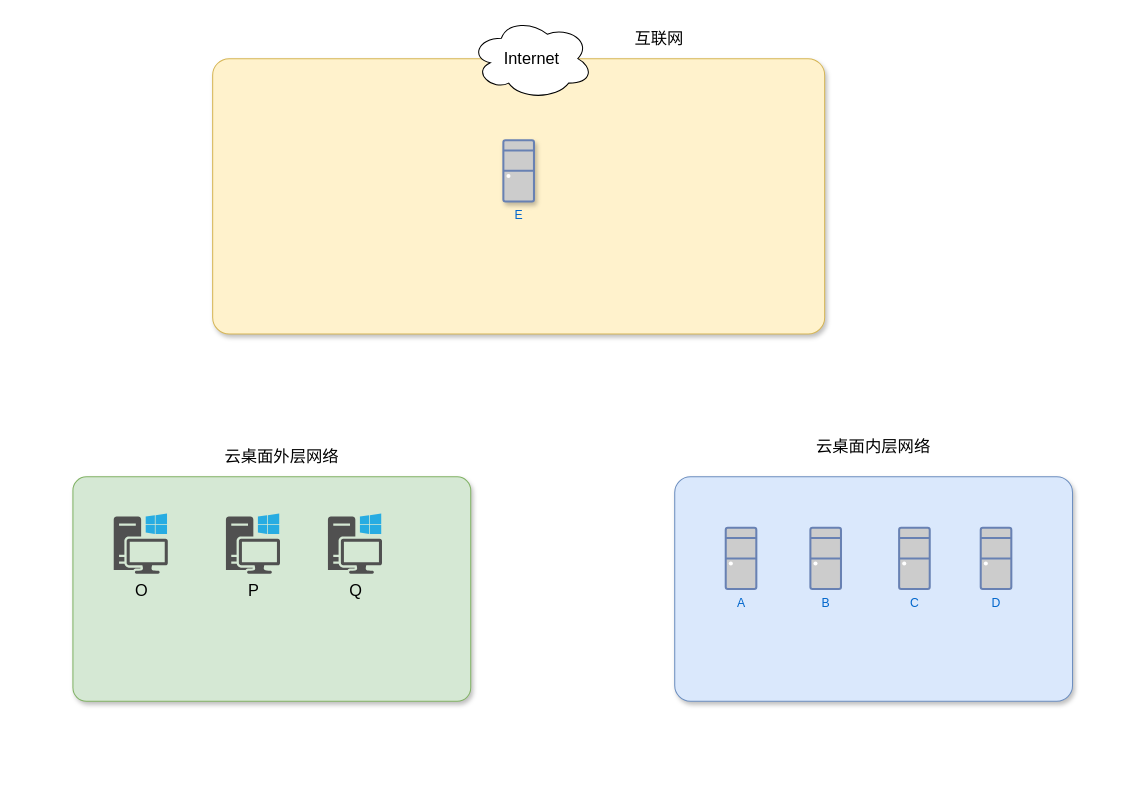
Before: Untitled Diagram.drawio in meterXu/drawiofile, a draw.io diagram. Source tidied: cells renumbered, new cells numbered last; positions are measured from the earlier drawing's top-left corner, leaving out a move shared by most shapes. Both pictures are drawn from the tidied source at 102%, with x=0, y=0 at pixel (72, 17).
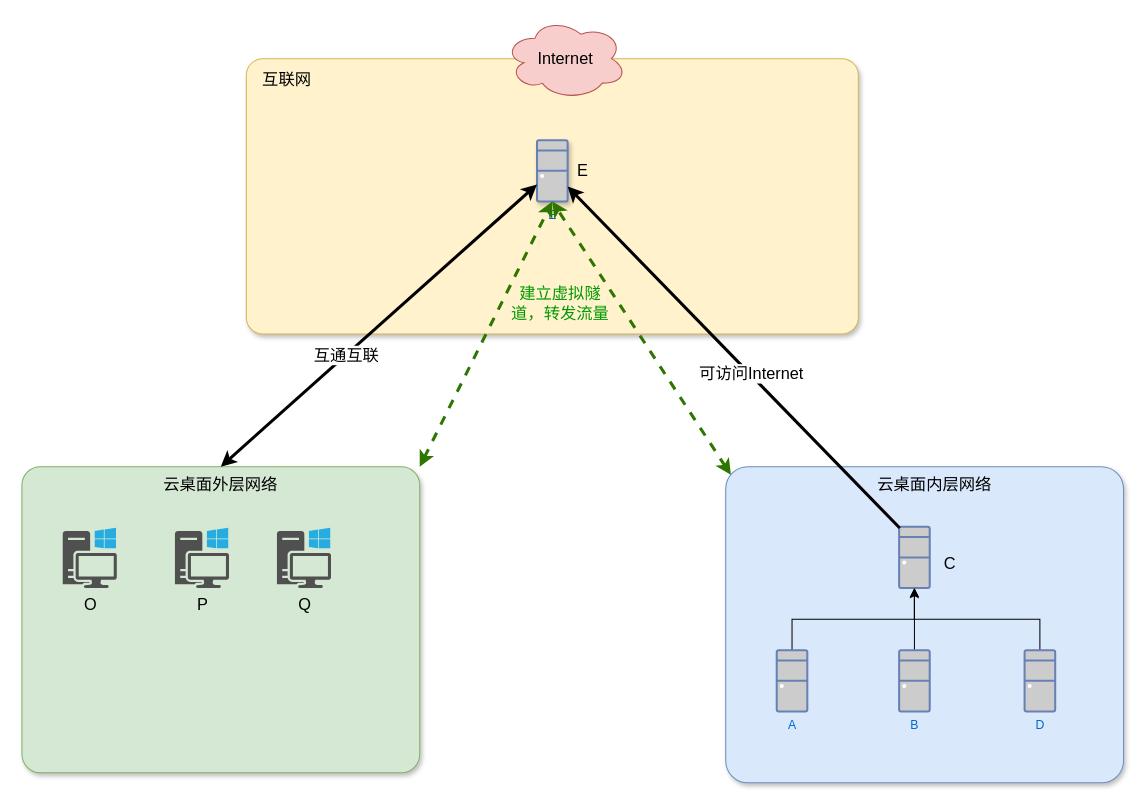
After the change.

The edit, as a diff of the source:
```diff
@@
     <mxCell id="2" style="rounded=1;whiteSpace=wrap;html=1;fontSize=16;fillColor=#d5e8d4;strokeColor=#82b366;sketch=0;shadow=1;arcSize=6;" parent="1" vertex="1">
-      <mxGeometry y="450" width="390" height="220" as="geometry" />
+      <mxGeometry x="-50" y="440" width="390" height="300" as="geometry" />
     </mxCell>
     <mxCell id="3" value="云桌面外层网络" style="text;html=1;strokeColor=none;fillColor=none;align=center;verticalAlign=middle;whiteSpace=wrap;rounded=0;fontSize=16;" parent="1" vertex="1">
-      <mxGeometry x="140" y="420" width="130" height="20" as="geometry" />
+      <mxGeometry x="80" y="447" width="130" height="20" as="geometry" />
     </mxCell>
     <mxCell id="4" style="rounded=1;whiteSpace=wrap;html=1;fontSize=16;shadow=1;arcSize=7;fillColor=#dae8fc;strokeColor=#6c8ebf;" parent="1" vertex="1">
-      <mxGeometry x="590" y="450" width="390" height="220" as="geometry" />
+      <mxGeometry x="640" y="440" width="390" height="310" as="geometry" />
     </mxCell>
     <mxCell id="5" value="云桌面内层网络" style="text;html=1;strokeColor=none;fillColor=none;align=center;verticalAlign=middle;whiteSpace=wrap;rounded=0;fontSize=16;" parent="1" vertex="1">
-      <mxGeometry x="720" y="410" width="130" height="20" as="geometry" />
+      <mxGeometry x="780" y="447" width="130" height="20" as="geometry" />
     </mxCell>
+    <mxCell id="17" style="edgeStyle=orthogonalEdgeStyle;rounded=0;jettySize=auto;html=1;exitX=0.5;exitY=0;exitDx=0;exitDy=0;exitPerimeter=0;entryX=0.5;entryY=1;entryDx=0;entryDy=0;entryPerimeter=0;fontSize=16;" parent="1" edge="1" source="6" target="8">
+      <mxGeometry relative="1" as="geometry" />
+    </mxCell>
     <mxCell id="6" value="A" style="fontColor=#0066CC;verticalAlign=top;verticalLabelPosition=bottom;labelPosition=center;align=center;html=1;outlineConnect=0;fillColor=#CCCCCC;strokeColor=#6881B3;gradientColor=none;gradientDirection=north;strokeWidth=2;shape=mxgraph.networks.desktop_pc;" parent="1" vertex="1">
-      <mxGeometry x="640" y="500" width="30" height="60" as="geometry" />
+      <mxGeometry x="690" y="620" width="30" height="60" as="geometry" />
     </mxCell>
+    <mxCell id="18" style="edgeStyle=orthogonalEdgeStyle;rounded=0;jettySize=auto;html=1;exitX=0.5;exitY=0;exitDx=0;exitDy=0;exitPerimeter=0;fontSize=16;" parent="1" edge="1" source="7">
+      <mxGeometry relative="1" as="geometry">
+        <mxPoint x="825" y="560" as="targetPoint" />
+      </mxGeometry>
+    </mxCell>
     <mxCell id="7" value="B" style="fontColor=#0066CC;verticalAlign=top;verticalLabelPosition=bottom;labelPosition=center;align=center;html=1;outlineConnect=0;fillColor=#CCCCCC;strokeColor=#6881B3;gradientColor=none;gradientDirection=north;strokeWidth=2;shape=mxgraph.networks.desktop_pc;" parent="1" vertex="1">
-      <mxGeometry x="723" y="500" width="30" height="60" as="geometry" />
+      <mxGeometry x="810" y="620" width="30" height="60" as="geometry" />
     </mxCell>
-    <mxCell id="8" value="C" style="fontColor=#0066CC;verticalAlign=top;verticalLabelPosition=bottom;labelPosition=center;align=center;html=1;outlineConnect=0;fillColor=#CCCCCC;strokeColor=#6881B3;gradientColor=none;gradientDirection=north;strokeWidth=2;shape=mxgraph.networks.desktop_pc;" parent="1" vertex="1">
-      <mxGeometry x="810" y="500" width="30" height="60" as="geometry" />
+    <mxCell id="8" style="fontColor=#0066CC;verticalAlign=top;verticalLabelPosition=bottom;labelPosition=center;align=center;html=1;outlineConnect=0;fillColor=#CCCCCC;strokeColor=#6881B3;gradientColor=none;gradientDirection=north;strokeWidth=2;shape=mxgraph.networks.desktop_pc;" parent="1" vertex="1">
+      <mxGeometry x="810" y="499" width="30" height="60" as="geometry" />
     </mxCell>
+    <mxCell id="19" style="edgeStyle=orthogonalEdgeStyle;rounded=0;jettySize=auto;html=1;exitX=0.5;exitY=0;exitDx=0;exitDy=0;exitPerimeter=0;fontSize=16;entryX=0.5;entryY=1;entryDx=0;entryDy=0;entryPerimeter=0;" parent="1" edge="1" source="9" target="8">
+      <mxGeometry relative="1" as="geometry" />
+    </mxCell>
     <mxCell id="9" value="D" style="fontColor=#0066CC;verticalAlign=top;verticalLabelPosition=bottom;labelPosition=center;align=center;html=1;outlineConnect=0;fillColor=#CCCCCC;strokeColor=#6881B3;gradientColor=none;gradientDirection=north;strokeWidth=2;shape=mxgraph.networks.desktop_pc;" parent="1" vertex="1">
-      <mxGeometry x="890" y="500" width="30" height="60" as="geometry" />
+      <mxGeometry x="933" y="620" width="30" height="60" as="geometry" />
     </mxCell>
     <mxCell id="10" value="O" style="shadow=0;dashed=0;html=1;strokeColor=none;fillColor=#505050;labelPosition=center;verticalLabelPosition=bottom;verticalAlign=top;align=center;shape=mxgraph.office.devices.workstation_pc;rounded=1;fontSize=16;" parent="1" vertex="1">
-      <mxGeometry x="40" y="486" width="53" height="59" as="geometry" />
+      <mxGeometry x="-10" y="500" width="53" height="59" as="geometry" />
     </mxCell>
     <mxCell id="11" value="P" style="shadow=0;dashed=0;html=1;strokeColor=none;fillColor=#505050;labelPosition=center;verticalLabelPosition=bottom;verticalAlign=top;align=center;shape=mxgraph.office.devices.workstation_pc;rounded=1;fontSize=16;" parent="1" vertex="1">
-      <mxGeometry x="150" y="486" width="53" height="59" as="geometry" />
+      <mxGeometry x="100" y="500" width="53" height="59" as="geometry" />
     </mxCell>
     <mxCell id="12" value="Q" style="shadow=0;dashed=0;html=1;strokeColor=none;fillColor=#505050;labelPosition=center;verticalLabelPosition=bottom;verticalAlign=top;align=center;shape=mxgraph.office.devices.workstation_pc;rounded=1;fontSize=16;" parent="1" vertex="1">
-      <mxGeometry x="250" y="486" width="53" height="59" as="geometry" />
+      <mxGeometry x="200" y="500" width="53" height="59" as="geometry" />
     </mxCell>
-    <mxCell id="13" value="互联网" style="text;html=1;strokeColor=none;fillColor=none;align=center;verticalAlign=middle;whiteSpace=wrap;rounded=0;fontSize=16;" parent="1" vertex="1">
-      <mxGeometry x="510" y="10" width="130" height="20" as="geometry" />
-    </mxCell>
     <mxCell id="14" style="rounded=1;whiteSpace=wrap;html=1;fontSize=16;fillColor=#fff2cc;strokeColor=#d6b656;sketch=0;shadow=1;arcSize=6;" parent="1" vertex="1">
-      <mxGeometry x="137" y="40" width="600" height="270" as="geometry" />
+      <mxGeometry x="170" y="40" width="600" height="270" as="geometry" />
     </mxCell>
-    <mxCell id="15" value="Internet" style="ellipse;shape=cloud;whiteSpace=wrap;html=1;fontSize=16;" parent="1" vertex="1">
-      <mxGeometry x="390" width="120" height="80" as="geometry" />
+    <mxCell id="15" value="Internet" style="ellipse;shape=cloud;whiteSpace=wrap;html=1;fontSize=16;fillColor=#f8cecc;strokeColor=#b85450;" parent="1" vertex="1">
+      <mxGeometry x="423" width="120" height="80" as="geometry" />
     </mxCell>
     <mxCell id="16" value="E" style="fontColor=#0066CC;verticalAlign=top;verticalLabelPosition=bottom;labelPosition=center;align=center;html=1;outlineConnect=0;fillColor=#CCCCCC;strokeColor=#6881B3;gradientColor=none;gradientDirection=north;strokeWidth=2;shape=mxgraph.networks.desktop_pc;rounded=1;shadow=1;sketch=0;" parent="1" vertex="1">
-      <mxGeometry x="422" y="120" width="30" height="60" as="geometry" />
+      <mxGeometry x="455" y="120" width="30" height="60" as="geometry" />
     </mxCell>
+    <mxCell id="20" style="endArrow=classic;startArrow=classic;html=1;fontSize=16;exitX=0.5;exitY=0;exitDx=0;exitDy=0;strokeWidth=3;" parent="1" edge="1" source="2" target="16">
+      <mxGeometry relative="1" as="geometry" />
+    </mxCell>
+    <mxCell id="21" value="互通互联" style="edgeLabel;html=1;align=center;verticalAlign=middle;fontSize=16;" parent="20" vertex="1">
+      <mxGeometry x="-0.21" relative="1" as="geometry" />
+    </mxCell>
+    <mxCell id="13" value="互联网" style="text;html=1;strokeColor=none;fillColor=none;align=center;verticalAlign=middle;whiteSpace=wrap;rounded=0;fontSize=16;" parent="1" vertex="1">
+      <mxGeometry x="144.5" y="50" width="130" height="20" as="geometry" />
+    </mxCell>
+    <mxCell id="22" value="建立虚拟隧道，转发流量" style="text;html=1;strokeColor=none;fillColor=none;align=center;verticalAlign=middle;whiteSpace=wrap;rounded=0;shadow=1;sketch=0;fontSize=16;fontColor=#009900;" parent="1" vertex="1">
+      <mxGeometry x="423" y="270" width="110" height="20" as="geometry" />
+    </mxCell>
+    <mxCell id="23" value="C" style="text;html=1;strokeColor=none;fillColor=none;align=center;verticalAlign=middle;whiteSpace=wrap;rounded=0;shadow=1;sketch=0;fontSize=16;" parent="1" vertex="1">
+      <mxGeometry x="840" y="525" width="40" height="20" as="geometry" />
+    </mxCell>
+    <mxCell id="24" style="endArrow=classic;html=1;fontSize=16;exitX=0.02;exitY=0.02;exitDx=0;exitDy=0;exitPerimeter=0;strokeWidth=3;" parent="1" edge="1" source="8" target="16">
+      <mxGeometry relative="1" as="geometry" />
+    </mxCell>
+    <mxCell id="25" value="可访问Internet" style="edgeLabel;html=1;align=center;verticalAlign=middle;fontSize=16;" parent="24" vertex="1">
+      <mxGeometry x="-0.1" y="-1" relative="1" as="geometry" />
+    </mxCell>
+    <mxCell id="26" style="endArrow=classic;dashed=1;html=1;shadow=0;strokeWidth=3;fontSize=16;entryX=0.5;entryY=1;entryDx=0;entryDy=0;entryPerimeter=0;exitX=1;exitY=0;exitDx=0;exitDy=0;startArrow=classic;startFill=1;endFill=1;fillColor=#60a917;strokeColor=#2D7600;" parent="1" edge="1" source="2" target="16">
+      <mxGeometry relative="1" as="geometry" />
+    </mxCell>
+    <mxCell id="27" style="endArrow=classic;dashed=1;html=1;shadow=0;strokeWidth=3;fontSize=16;entryX=0.5;entryY=1;entryDx=0;entryDy=0;entryPerimeter=0;startArrow=classic;startFill=1;endFill=1;exitX=0.013;exitY=0.026;exitDx=0;exitDy=0;exitPerimeter=0;fillColor=#60a917;strokeColor=#2D7600;" parent="1" edge="1" source="4" target="16">
+      <mxGeometry relative="1" as="geometry" />
+    </mxCell>
+    <mxCell id="28" value="E" style="text;html=1;strokeColor=none;fillColor=none;align=center;verticalAlign=middle;whiteSpace=wrap;rounded=0;shadow=1;sketch=0;fontSize=16;" parent="1" vertex="1">
+      <mxGeometry x="480" y="140" width="40" height="20" as="geometry" />
+    </mxCell>
```
